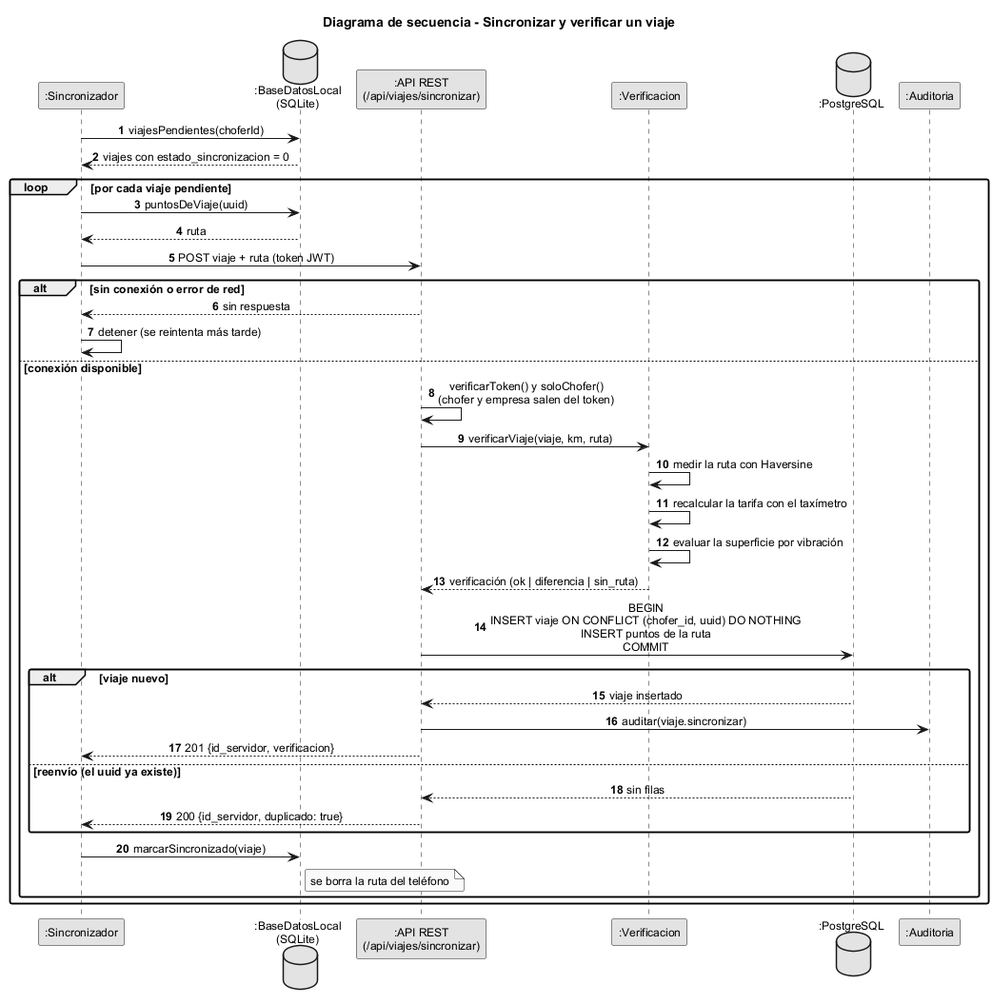
BenjexDtz/pulpos-taxis keeps this PlantUML diagram as diseno/uml/sec02_sincronizar_verificar.png. Above is the earlier version. Its diagram source:
```plantuml
@startuml sec02_sincronizar_verificar
!include estilo.iuml
title Diagrama de secuencia - Sincronizar y verificar un viaje
autonumber

participant ":Sincronizador" as SY
database ":BaseDatosLocal\n(SQLite)" as BD
participant ":API REST\n(/api/viajes/sincronizar)" as API
participant ":Verificacion" as VER
database ":PostgreSQL" as PG
participant ":Auditoria" as AUD

SY -> BD : viajesPendientes(choferId)
BD --> SY : viajes con estado_sincronizacion = 0

loop por cada viaje pendiente
  SY -> BD : puntosDeViaje(uuid)
  BD --> SY : ruta
  SY -> API : POST viaje + ruta (token JWT)
  alt sin conexión o error de red
    API --> SY : sin respuesta
    SY -> SY : detener (se reintenta más tarde)
  else conexión disponible
    API -> API : verificarToken() y soloChofer()\n(chofer y empresa salen del token)
    API -> VER : verificarViaje(viaje, km, ruta)
    VER -> VER : medir la ruta con Haversine
    VER -> VER : recalcular la tarifa con el taxímetro
    VER -> VER : evaluar la superficie por vibración
    VER --> API : verificación (ok | diferencia | sin_ruta)
    API -> PG : BEGIN\nINSERT viaje ON CONFLICT (chofer_id, uuid) DO NOTHING\nINSERT puntos de la ruta\nCOMMIT
    alt viaje nuevo
      PG --> API : viaje insertado
      API -> AUD : auditar(viaje.sincronizar)
      API --> SY : 201 {id_servidor, verificacion}
    else reenvío (el uuid ya existe)
      PG --> API : sin filas
      API --> SY : 200 {id_servidor, duplicado: true}
    end
    SY -> BD : marcarSincronizado(viaje)
    note right of BD : se borra la ruta del teléfono
  end
end
@enduml
```
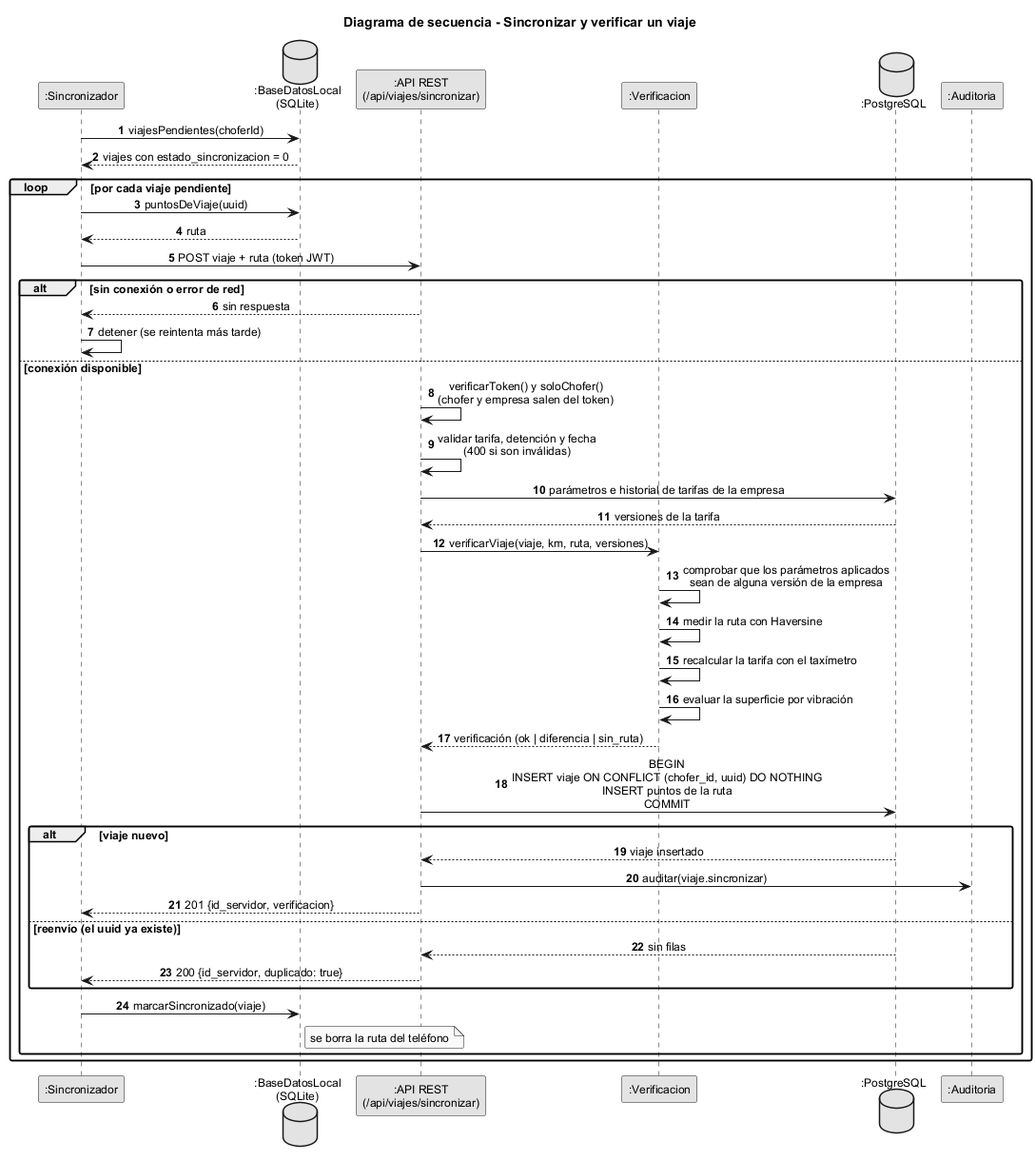
Above is the later version.

Commit message:
Diagramas al día con la v1.4.0 y figura de la velocidad de cambio

Diff of the diagram source:
```diff
@@ -22,7 +22,11 @@
     SY -> SY : detener (se reintenta más tarde)
   else conexión disponible
     API -> API : verificarToken() y soloChofer()\n(chofer y empresa salen del token)
-    API -> VER : verificarViaje(viaje, km, ruta)
+    API -> API : validar tarifa, detención y fecha\n(400 si son inválidas)
+    API -> PG : parámetros e historial de tarifas de la empresa
+    PG --> API : versiones de la tarifa
+    API -> VER : verificarViaje(viaje, km, ruta, versiones)
+    VER -> VER : comprobar que los parámetros aplicados\nsean de alguna versión de la empresa
     VER -> VER : medir la ruta con Haversine
     VER -> VER : recalcular la tarifa con el taxímetro
     VER -> VER : evaluar la superficie por vibración
```
